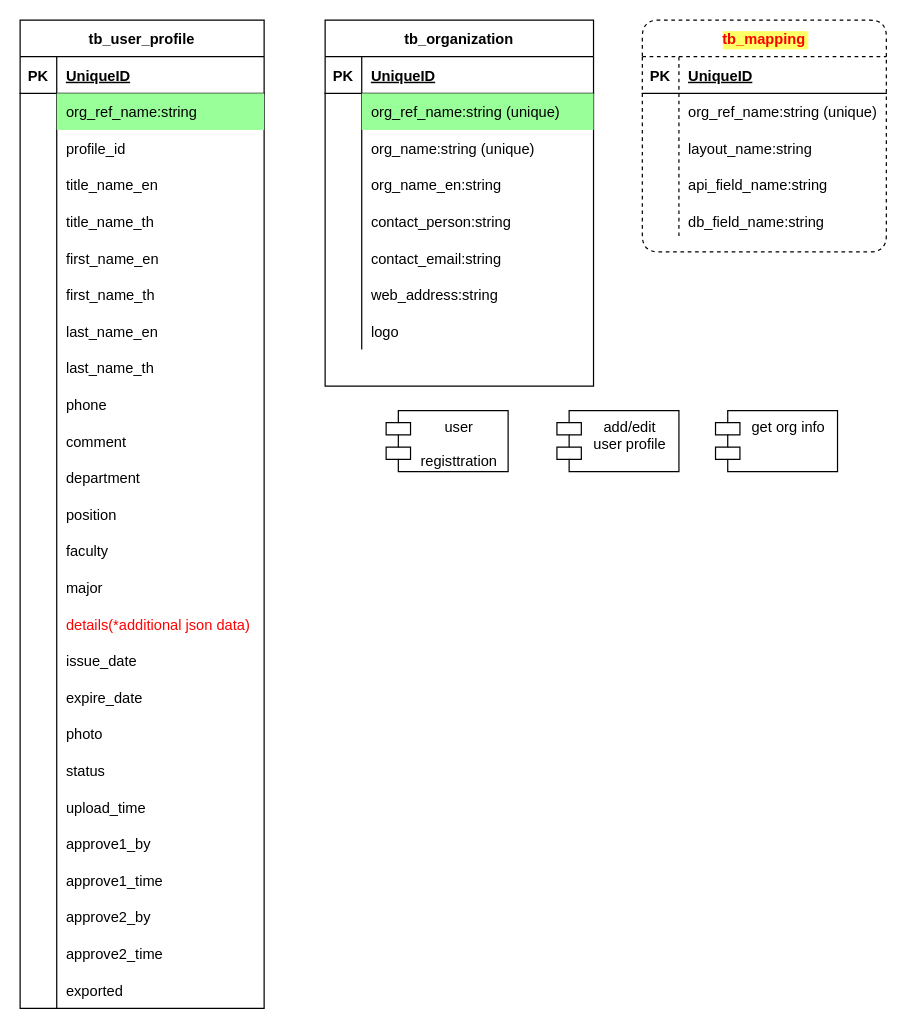
The draw.io diagram page "Photo management" (3 of 4) of SmartPhotoID.drawio in delphihero/MyDocument, before the edit. Source tidied: cells renumbered, new cells numbered last; positions are measured from the earlier drawing's top-left corner, leaving out a move shared by most shapes. Both pictures are drawn from the tidied source at 122%, with x=0, y=0 at pixel (20, 20).
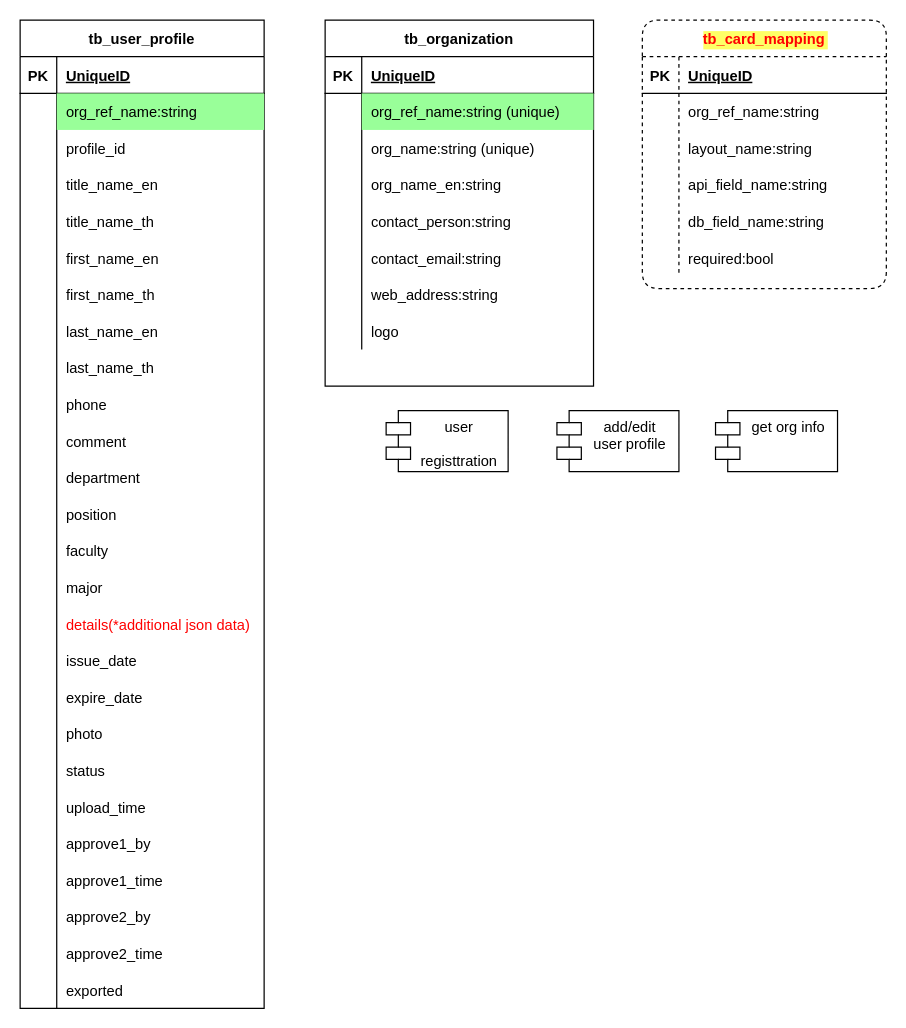
Above is the later version.

The change refers to these unchanged cells:
```xml
<mxCell id="113" style="shape=partialRectangle;fillColor=none;top=0;left=0;bottom=0;right=0;" parent="109" vertex="1">
  <mxGeometry y="60" width="200" height="30" as="geometry" />
</mxCell>
```

What changed in the source:
```diff
@@
-    <mxCell id="109" value="tb_mapping" style="shape=table;startSize=30;childLayout=tableLayout;rowLines=0;fontStyle=1;align=center;rounded=1;dashed=1;labelBackgroundColor=#FFFF66;fontColor=#FF0000;fillColor=none;" parent="1" vertex="1">
-      <mxGeometry x="510" width="200" height="190" as="geometry" />
+    <mxCell id="109" value="tb_card_mapping" style="shape=table;startSize=30;childLayout=tableLayout;rowLines=0;fontStyle=1;align=center;rounded=1;dashed=1;labelBackgroundColor=#FFFF66;fontColor=#FF0000;fillColor=none;" parent="1" vertex="1">
+      <mxGeometry x="510" width="200" height="220" as="geometry" />
     </mxCell>
@@
-    <mxCell id="115" value="org_ref_name:string (unique)" style="shape=partialRectangle;fillColor=none;top=0;left=0;bottom=0;right=0;align=left;spacingLeft=6;overflow=hidden;" parent="113" vertex="1">
+    <mxCell id="115" value="org_ref_name:string " style="shape=partialRectangle;fillColor=none;top=0;left=0;bottom=0;right=0;align=left;spacingLeft=6;overflow=hidden;" parent="113" vertex="1">
       <mxGeometry x="30" width="170" height="30" as="geometry" />
     </mxCell>
@@
+    <mxCell id="125" style="shape=partialRectangle;fillColor=none;top=0;left=0;bottom=0;right=0;" parent="109" vertex="1">
+      <mxGeometry y="180" width="200" height="30" as="geometry" />
+    </mxCell>
+    <mxCell id="126" style="shape=partialRectangle;fillColor=none;top=0;left=0;bottom=0;right=0;overflow=hidden;" parent="125" vertex="1">
+      <mxGeometry width="30" height="30" as="geometry" />
+    </mxCell>
+    <mxCell id="127" value="required:bool" style="shape=partialRectangle;fillColor=none;top=0;left=0;bottom=0;right=0;align=left;spacingLeft=6;overflow=hidden;" parent="125" vertex="1">
+      <mxGeometry x="30" width="170" height="30" as="geometry" />
+    </mxCell>
```
